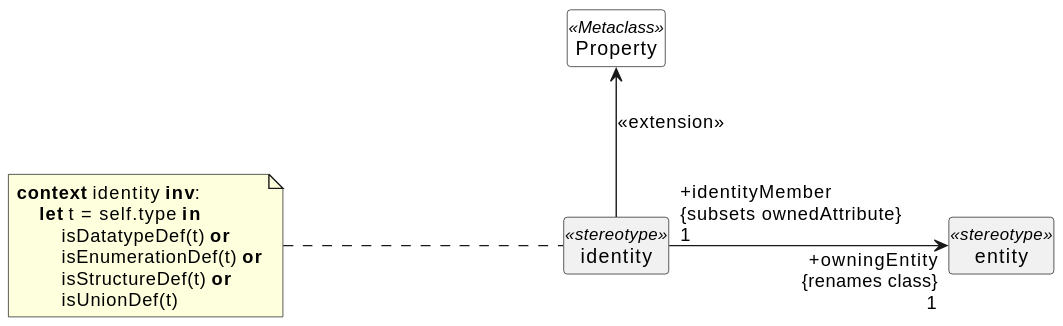
sdm-lang/tree-sitter-sdml keeps this PlantUML diagram as docs/uml-profile-identity-members.svg. Above is the earlier version. The source it was exported from:
```plantuml
@startuml
skinparam backgroundColor transparent
skinparam style strictuml
skinparam linetype polyline
skinparam nodesep 200

hide circle
hide members

class entity <<stereotype>> {}
class Property <<Metaclass>> #white {}

class identity <<stereotype>> {}
identity -up-> Property: <<extension>>
identity "+identityMember\l{subsets ownedAttribute}\n1" --right--> "+owningEntity\r{renames class}\n1" entity

note left of identity
**context** identity **inv**:
    **let** t = self.type **in**
        isDatatypeDef(t) **or**
        isEnumerationDef(t) **or**
        isStructureDef(t) **or**
        isUnionDef(t)
end note
@enduml
```
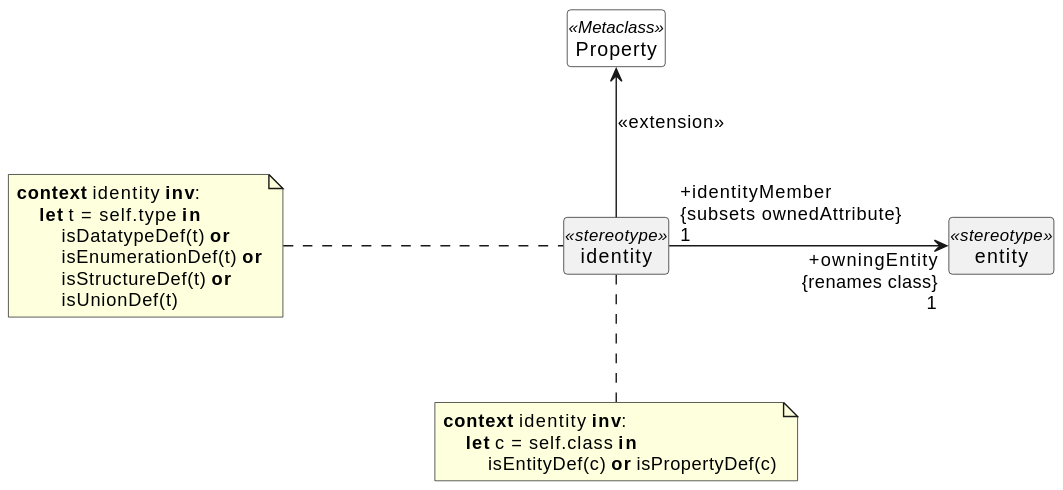
After the change.

Change to the diagram source:
```diff
@@ -22,4 +22,10 @@
         isStructureDef(t) **or**
         isUnionDef(t)
 end note
+
+note bottom of identity
+**context** identity **inv**:
+    **let** c = self.class **in**
+        isEntityDef(c) **or** isPropertyDef(c)
+end note
 @enduml
```
